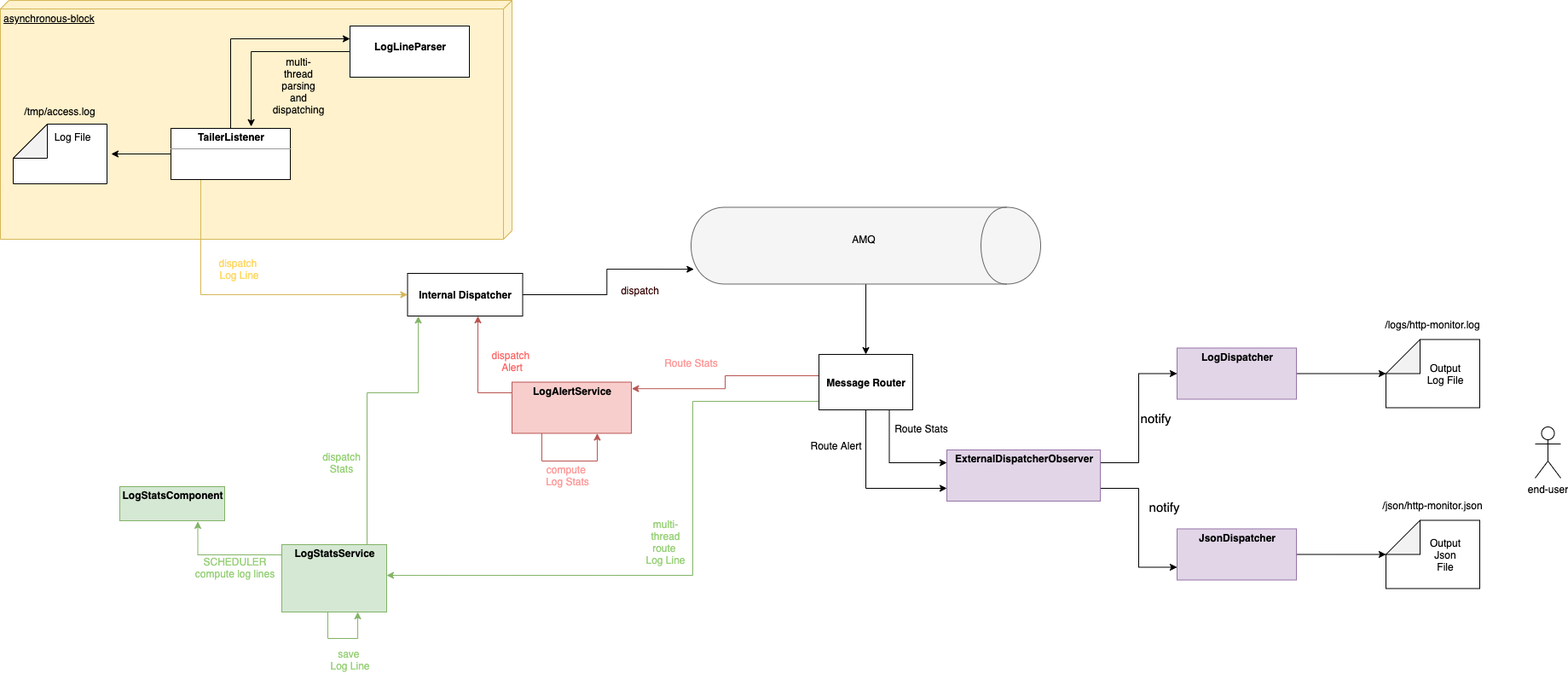
This is pic/high-level-architecture.png from adrys-lab/access-log-monitor-service, a draw.io export, as it was before one commit. Source tidied: cells renumbered, new cells last; positions are measured from the earlier drawing's top-left corner, leaving out a move shared by most shapes.
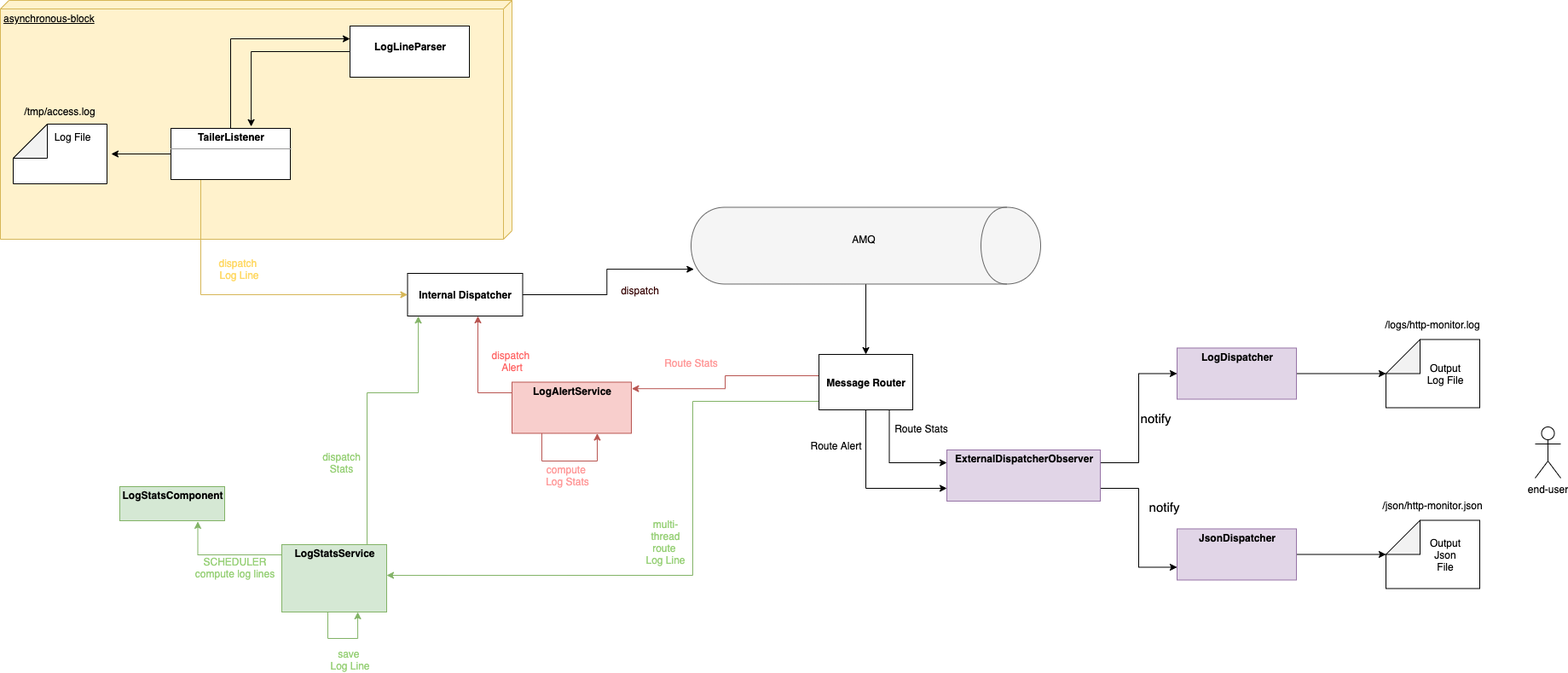
The same diagram one commit later.

Diff of the diagram source:
```diff
@@ -52,11 +52,11 @@
     <mxCell id="17" value="dispatch &lt;br&gt;Log Line" style="text;html=1;align=center;verticalAlign=middle;fontColor=#FFD966;" parent="1" vertex="1">
       <mxGeometry x="250" y="300" width="60" height="30" as="geometry" />
     </mxCell>
-    <mxCell id="18" value="multi-thread parsing and dispatching" style="text;html=1;strokeColor=none;fillColor=none;align=center;verticalAlign=middle;whiteSpace=wrap;rounded=0;" parent="1" vertex="1">
-      <mxGeometry x="330" y="90" width="40" height="20" as="geometry" />
-    </mxCell>
-    <mxCell id="19" style="edgeStyle=orthogonalEdgeStyle;rounded=0;orthogonalLoop=1;jettySize=auto;html=1;exitX=0.5;exitY=1;exitDx=0;exitDy=0;" parent="1" edge="1" source="18" target="18">
-      <mxGeometry relative="1" as="geometry" />
+    <mxCell id="19" style="edgeStyle=orthogonalEdgeStyle;rounded=0;orthogonalLoop=1;jettySize=auto;html=1;exitX=0.5;exitY=1;exitDx=0;exitDy=0;" parent="1" edge="1">
+      <mxGeometry relative="1" as="geometry">
+        <mxPoint x="350" y="110" as="sourcePoint" />
+        <mxPoint x="350" y="110" as="targetPoint" />
+      </mxGeometry>
     </mxCell>
     <mxCell id="20" style="edgeStyle=orthogonalEdgeStyle;rounded=0;jettySize=auto;html=1;exitX=0.5;exitY=1;exitDx=0;exitDy=0;entryX=0;entryY=0.75;entryDx=0;entryDy=0;" parent="1" edge="1" source="24" target="47">
       <mxGeometry relative="1" as="geometry" />
```
